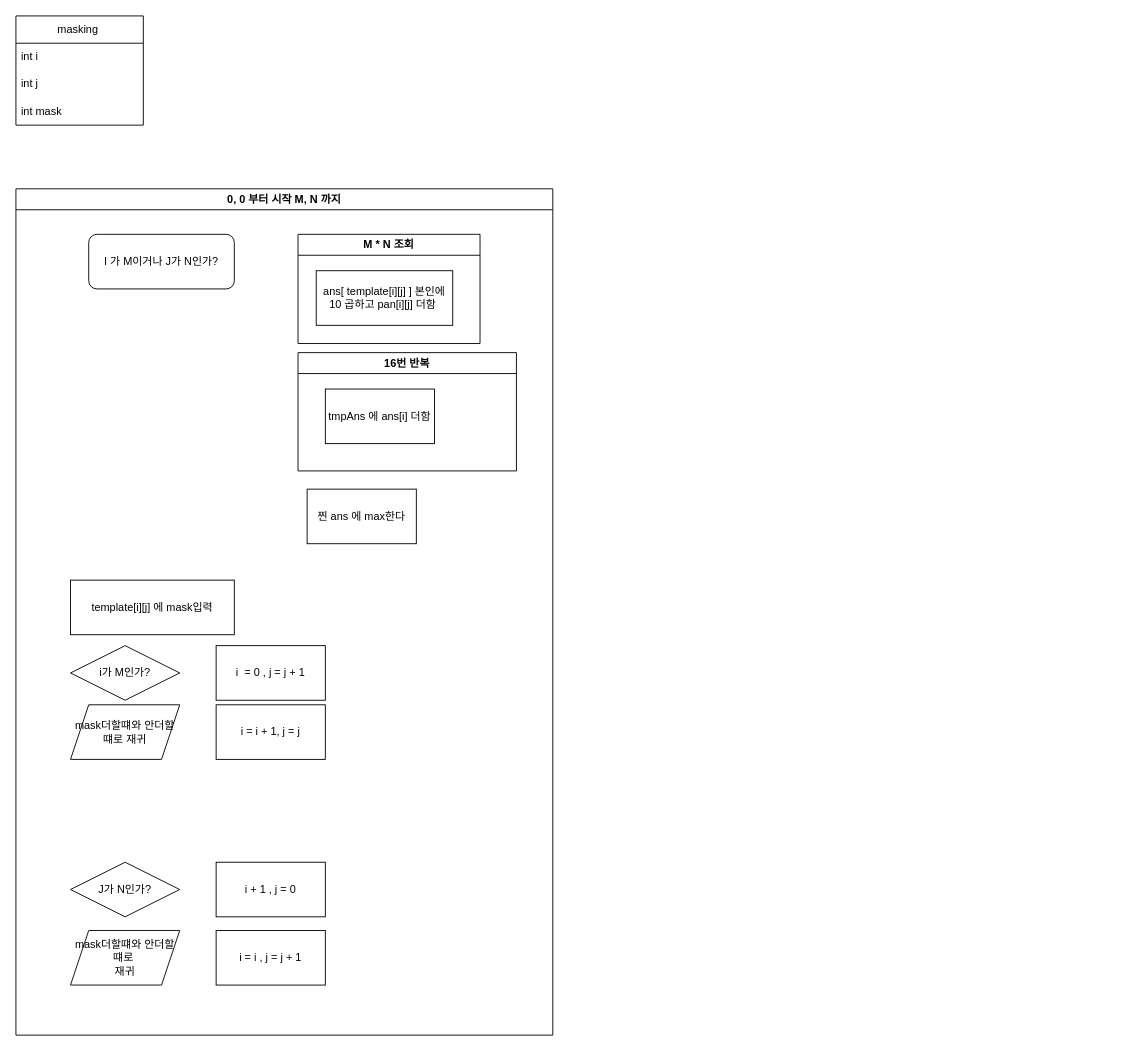
This is C++/GOLD/14391.drawio from sangbumlikeagod/backjoon, a draw.io file, before an edit. Source tidied: cells renumbered, new cells numbered last; positions are measured from the earlier drawing's top-left corner, leaving out a move shared by most shapes. Both pictures are drawn from the tidied source at 91%, with x=0, y=0 at pixel (15, 15).
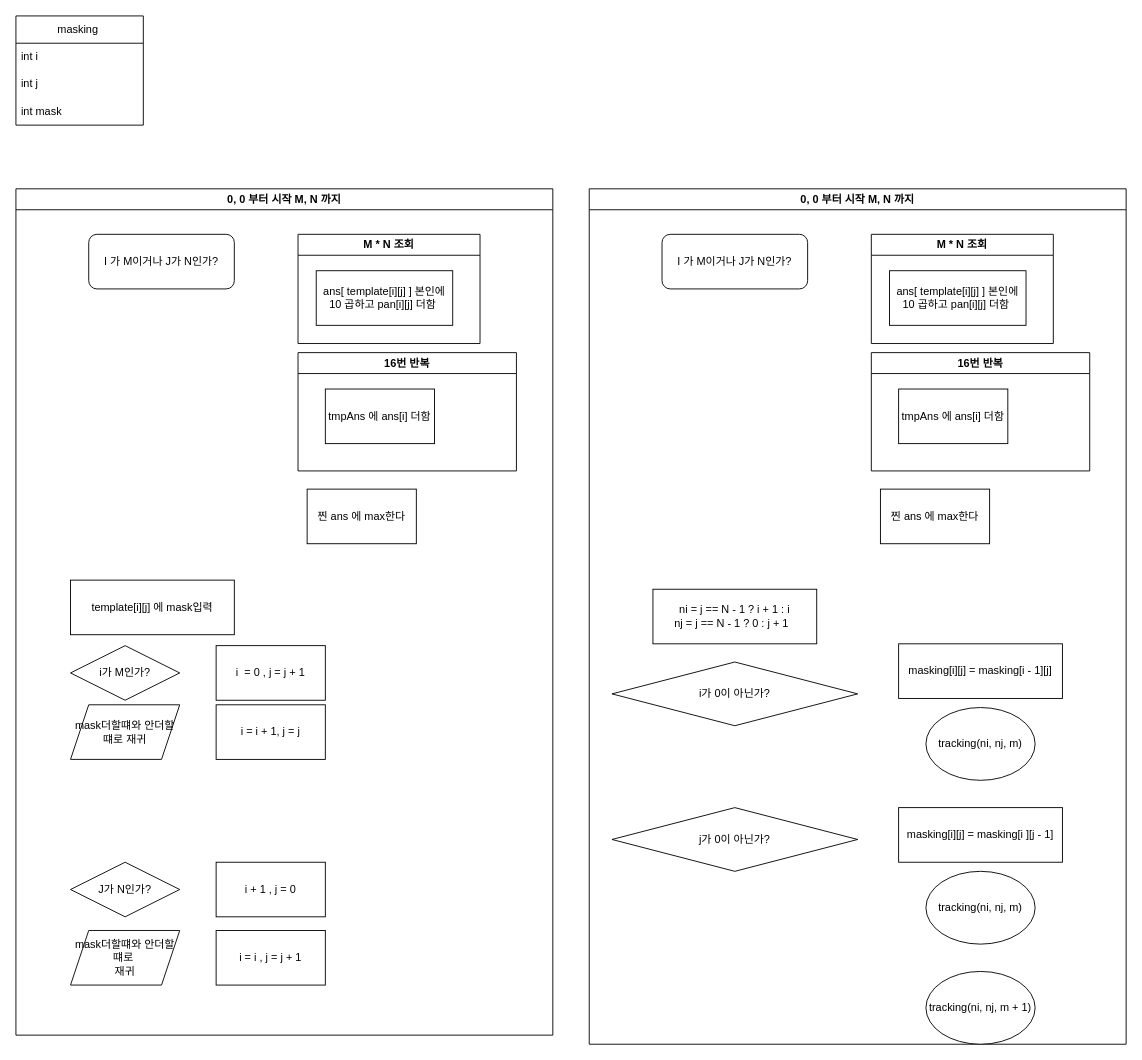
The same diagram, later.

What changed in the source:
```diff
@@
+    <mxCell id="22" value="0, 0 부터 시작 M, N 까지" style="swimlane;whiteSpace=wrap;html=1;" parent="1" vertex="1">
+      <mxGeometry x="630" y="190" width="590" height="940" as="geometry" />
+    </mxCell>
+    <mxCell id="23" value="I 가 M이거나 J가 N인가?" style="rounded=1;whiteSpace=wrap;html=1;" parent="22" vertex="1">
+      <mxGeometry x="80" y="50" width="160" height="60" as="geometry" />
+    </mxCell>
+    <mxCell id="24" value="M * N 조회" style="swimlane;whiteSpace=wrap;html=1;" parent="22" vertex="1">
+      <mxGeometry x="310" y="50" width="200" height="120" as="geometry" />
+    </mxCell>
+    <mxCell id="25" value="ans[ template[i][j] ] 본인에 10 곱하고 pan[i][j] 더함&amp;nbsp;" style="rounded=0;whiteSpace=wrap;html=1;" parent="24" vertex="1">
+      <mxGeometry x="20" y="40" width="150" height="60" as="geometry" />
+    </mxCell>
+    <mxCell id="26" value="16번 반복" style="swimlane;whiteSpace=wrap;html=1;" parent="22" vertex="1">
+      <mxGeometry x="310" y="180" width="240" height="130" as="geometry" />
+    </mxCell>
+    <mxCell id="27" value="tmpAns 에 ans[i] 더함" style="rounded=0;whiteSpace=wrap;html=1;" parent="26" vertex="1">
+      <mxGeometry x="30" y="40" width="120" height="60" as="geometry" />
+    </mxCell>
+    <mxCell id="28" value="찐 ans 에 max한다" style="rounded=0;whiteSpace=wrap;html=1;" parent="22" vertex="1">
+      <mxGeometry x="320" y="330" width="120" height="60" as="geometry" />
+    </mxCell>
+    <mxCell id="29" value="i가 0이 아닌가?" style="rhombus;whiteSpace=wrap;html=1;" parent="22" vertex="1">
+      <mxGeometry x="25" y="520" width="270" height="70" as="geometry" />
+    </mxCell>
+    <mxCell id="30" value="ni = j == N - 1 ? i + 1 : i&lt;br&gt;nj = j == N - 1 ? 0 : j + 1&amp;nbsp;&amp;nbsp;" style="rounded=0;whiteSpace=wrap;html=1;" parent="22" vertex="1">
+      <mxGeometry x="70" y="440" width="180" height="60" as="geometry" />
+    </mxCell>
+    <mxCell id="31" value="tracking(ni, nj, m)" style="ellipse;whiteSpace=wrap;html=1;" parent="22" vertex="1">
+      <mxGeometry x="370" y="570" width="120" height="80" as="geometry" />
+    </mxCell>
+    <mxCell id="32" value="masking[i][j] = masking[i - 1][j]" style="rounded=0;whiteSpace=wrap;html=1;" parent="22" vertex="1">
+      <mxGeometry x="340" y="500" width="180" height="60" as="geometry" />
+    </mxCell>
+    <mxCell id="33" value="j가 0이 아닌가?" style="rhombus;whiteSpace=wrap;html=1;" parent="22" vertex="1">
+      <mxGeometry x="25" y="680" width="270" height="70" as="geometry" />
+    </mxCell>
+    <mxCell id="34" value="tracking(ni, nj, m)" style="ellipse;whiteSpace=wrap;html=1;" parent="22" vertex="1">
+      <mxGeometry x="370" y="750" width="120" height="80" as="geometry" />
+    </mxCell>
+    <mxCell id="35" value="masking[i][j] = masking[i ][j - 1]" style="rounded=0;whiteSpace=wrap;html=1;" parent="22" vertex="1">
+      <mxGeometry x="340" y="680" width="180" height="60" as="geometry" />
+    </mxCell>
+    <mxCell id="36" value="tracking(ni, nj, m + 1)" style="ellipse;whiteSpace=wrap;html=1;" parent="22" vertex="1">
+      <mxGeometry x="370" y="860" width="120" height="80" as="geometry" />
+    </mxCell>
```
